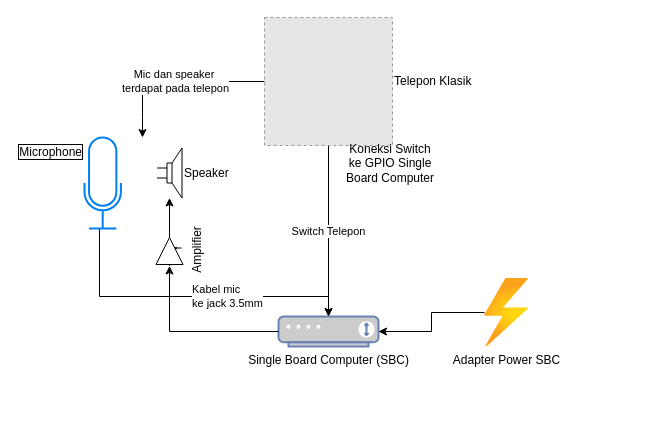
samiframadhan/drawio keeps this draw.io diagram as Telefon.drawio. Above is the earlier version. Source tidied: cells renumbered, new cells numbered last; positions are measured from the earlier drawing's top-left corner, leaving out a move shared by most shapes. Both pictures are drawn from the tidied source at 100%, with x=0, y=0 at pixel (84, 17). Pictures stored in the file or linked from it are replaced by grey dashed boxes.
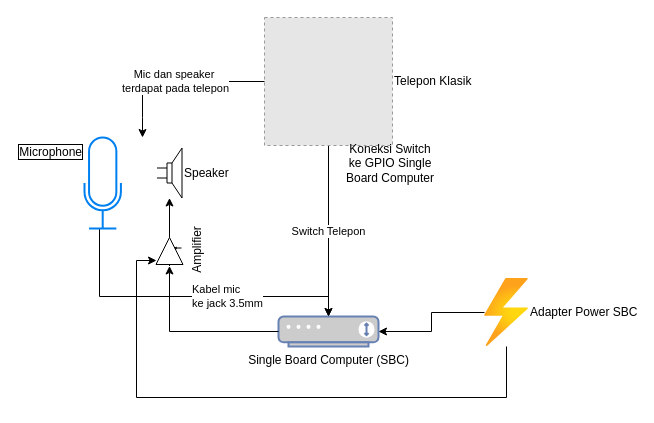
After the change.

The change refers to these unchanged cells:
```xml
<mxCell id="13" value="Amplifier" style="verticalLabelPosition=bottom;shadow=0;dashed=0;align=center;html=1;verticalAlign=top;shape=mxgraph.electrical.abstract.controlled_amplifier;rotation=-90;" parent="1" vertex="1">
  <mxGeometry x="70" y="220" width="30" height="27" as="geometry" />
</mxCell>
```

Diff of the diagram source:
```diff
@@
-    <mxCell id="10" value="Adapter Power SBC" style="image;html=1;points=[];align=center;fontSize=12;image=img/lib/azure2/general/Power.svg;" parent="1" vertex="1">
+    <mxCell id="10" value="Adapter Power SBC" style="image;html=1;points=[];align=left;fontSize=12;image=img/lib/azure2/general/Power.svg;labelPosition=right;verticalLabelPosition=middle;verticalAlign=middle;" parent="1" vertex="1">
       <mxGeometry x="400" y="261" width="44" height="68" as="geometry" />
     </mxCell>
@@
+    <mxCell id="15" style="edgeStyle=orthogonalEdgeStyle;rounded=0;jettySize=auto;html=1;entryX=0.183;entryY=0.019;entryDx=0;entryDy=0;entryPerimeter=0;" parent="1" edge="1" source="10" target="13">
+      <mxGeometry relative="1" as="geometry">
+        <Array as="points">
+          <mxPoint x="422" y="380" />
+          <mxPoint x="52" y="380" />
+          <mxPoint x="52" y="243" />
+        </Array>
+      </mxGeometry>
+    </mxCell>
```
